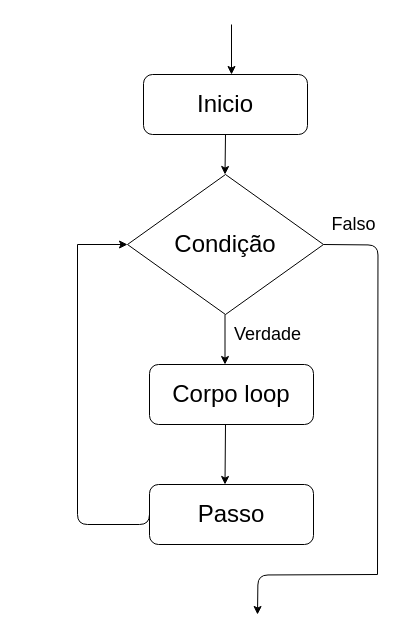
Earlier version of the draw.io diagram Cpp/Untitled Diagram.drawio (joaolrneto/CCpp). Source tidied: cells renumbered, new cells numbered last; positions are measured from the earlier drawing's top-left corner, leaving out a move shared by most shapes. Both pictures are drawn from the tidied source at 100%, with x=0, y=0 at pixel (77, 24).
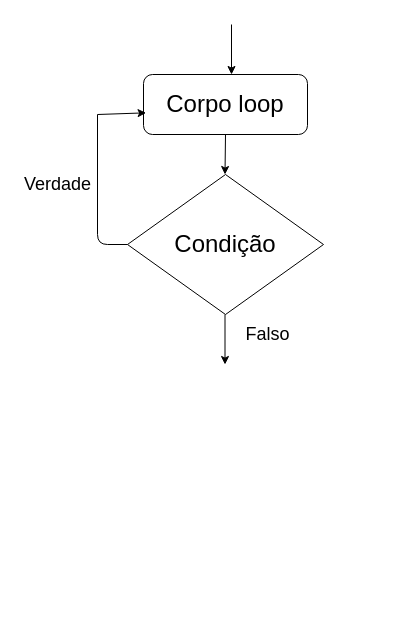
The same page after the edit.

Unchanged cells that the change refers to:
```xml
<mxCell id="6" value="&lt;font style=&quot;font-size: 24px&quot;&gt;Condição&lt;/font&gt;" style="rhombus;whiteSpace=wrap;html=1;" parent="1" vertex="1">
  <mxGeometry x="50" y="150" width="196" height="140" as="geometry" />
</mxCell>
```

Change to the diagram source:
```diff
@@
-    <mxCell id="3" value="&lt;font style=&quot;font-size: 24px&quot;&gt;Inicio&lt;/font&gt;" style="rounded=1;whiteSpace=wrap;html=1;" parent="1" vertex="1">
+    <mxCell id="3" value="&lt;font style=&quot;font-size: 24px&quot;&gt;Corpo loop&lt;/font&gt;" style="rounded=1;whiteSpace=wrap;html=1;" parent="1" vertex="1">
       <mxGeometry x="66" y="50" width="164" height="60" as="geometry" />
     </mxCell>
-    <mxCell id="4" value="&lt;font style=&quot;font-size: 24px&quot;&gt;Corpo loop&lt;/font&gt;" style="rounded=1;whiteSpace=wrap;html=1;" parent="1" vertex="1">
-      <mxGeometry x="72" y="340" width="164" height="60" as="geometry" />
-    </mxCell>
-    <mxCell id="5" value="&lt;font style=&quot;font-size: 24px&quot;&gt;Passo&lt;/font&gt;" style="rounded=1;whiteSpace=wrap;html=1;" parent="1" vertex="1">
-      <mxGeometry x="72" y="460" width="164" height="60" as="geometry" />
-    </mxCell>
@@
-    <mxCell id="10" style="endArrow=classic;html=1;" parent="1" edge="1">
-      <mxGeometry relative="1" as="geometry">
-        <mxPoint x="148" y="400" as="sourcePoint" />
-        <mxPoint x="147.5" y="460" as="targetPoint" />
-      </mxGeometry>
-    </mxCell>
-    <mxCell id="11" style="endArrow=classic;html=1;edgeStyle=orthogonalEdgeStyle;" parent="1" edge="1">
-      <mxGeometry relative="1" as="geometry">
-        <mxPoint x="300" y="550" as="sourcePoint" />
-        <mxPoint x="180" y="590" as="targetPoint" />
-      </mxGeometry>
-    </mxCell>
-    <mxCell id="12" style="endArrow=classic;html=1;entryX=0;entryY=0.5;entryDx=0;entryDy=0;" parent="1" edge="1" target="6">
-      <mxGeometry relative="1" as="geometry">
-        <mxPoint y="220" as="sourcePoint" />
-      </mxGeometry>
-    </mxCell>
-    <mxCell id="13" value="&lt;span style=&quot;font-size: 18px&quot;&gt;Falso&lt;/span&gt;" style="text;html=1;align=center;verticalAlign=middle;fillColor=none;strokeColor=none;rounded=0;" parent="1" vertex="1">
-      <mxGeometry x="246" y="190" width="60" height="20" as="geometry" />
-    </mxCell>
-    <mxCell id="14" value="&lt;span style=&quot;font-size: 18px&quot;&gt;Verdade&lt;/span&gt;" style="text;html=1;align=center;verticalAlign=middle;fillColor=none;strokeColor=none;rounded=0;" parent="1" vertex="1">
-      <mxGeometry x="150" y="300" width="80" height="20" as="geometry" />
+    <mxCell id="14" value="&lt;span style=&quot;font-size: 18px&quot;&gt;Falso&lt;/span&gt;" style="text;html=1;align=center;verticalAlign=middle;fillColor=none;strokeColor=none;rounded=0;" parent="1" vertex="1">
+      <mxGeometry x="160" y="300" width="60" height="20" as="geometry" />
     </mxCell>
-    <mxCell id="15" style="endArrow=none;html=1;edgeStyle=orthogonalEdgeStyle;" parent="1" edge="1">
-      <mxGeometry relative="1" as="geometry">
-        <mxPoint x="246" y="220" as="sourcePoint" />
-        <mxPoint x="300" y="550" as="targetPoint" />
-      </mxGeometry>
-    </mxCell>
-    <mxCell id="16" style="endArrow=none;html=1;edgeStyle=orthogonalEdgeStyle;" parent="1" edge="1">
-      <mxGeometry relative="1" as="geometry">
-        <mxPoint y="220" as="sourcePoint" />
-        <mxPoint x="72" y="480" as="targetPoint" />
-        <Array as="points">
-          <mxPoint y="500" />
-          <mxPoint x="72" y="500" />
-        </Array>
-      </mxGeometry>
-    </mxCell>
+    <mxCell id="17" style="endArrow=none;html=1;edgeStyle=elbowEdgeStyle;elbow=vertical;" parent="1" edge="1">
+      <mxGeometry relative="1" as="geometry">
+        <mxPoint x="20" y="90" as="sourcePoint" />
+        <mxPoint x="50" y="220" as="targetPoint" />
+        <Array as="points">
+          <mxPoint x="30" y="220" />
+        </Array>
+      </mxGeometry>
+    </mxCell>
+    <mxCell id="18" style="endArrow=classic;html=1;entryX=0.016;entryY=0.639;entryDx=0;entryDy=0;entryPerimeter=0;" parent="1" edge="1" target="3">
+      <mxGeometry relative="1" as="geometry">
+        <mxPoint x="20" y="90" as="sourcePoint" />
+      </mxGeometry>
+    </mxCell>
+    <mxCell id="19" value="&lt;span style=&quot;font-size: 18px&quot;&gt;Verdade&lt;/span&gt;" style="text;html=1;align=center;verticalAlign=middle;fillColor=none;strokeColor=none;rounded=0;" parent="1" vertex="1">
+      <mxGeometry x="-60" y="150" width="80" height="20" as="geometry" />
+    </mxCell>
```
